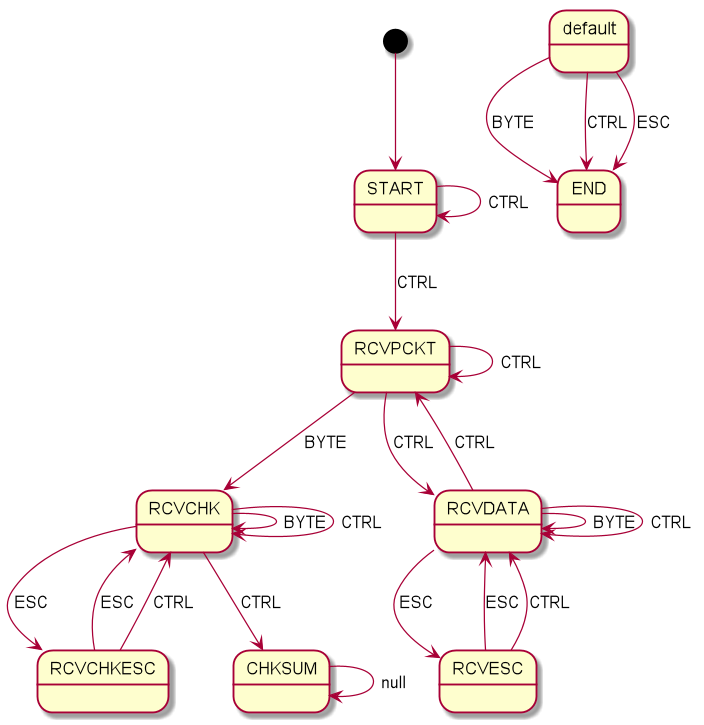
Earlier version of the PlantUML export packet_reader.png (open-jumpco/kfsm-viz).
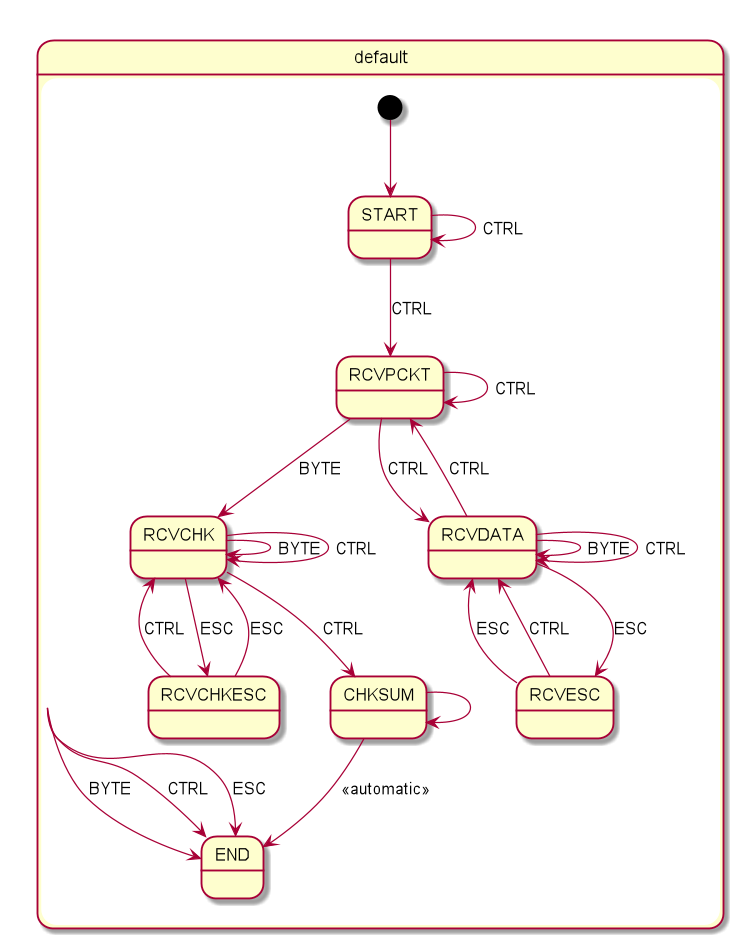
After the change.

What changed in the source:
```diff
@@ -1,24 +1,27 @@
 @startuml
-[*] --> START
-START --> START : CTRL
-RCVPCKT --> RCVPCKT : CTRL
-RCVPCKT --> RCVCHK : BYTE
-RCVDATA --> RCVDATA : BYTE
-RCVDATA --> RCVDATA : CTRL
-RCVDATA --> RCVESC : ESC
-RCVESC --> RCVDATA : ESC
-RCVESC --> RCVDATA : CTRL
-RCVCHK --> RCVCHK : BYTE
-RCVCHK --> RCVCHKESC : ESC
-RCVCHK --> RCVCHK : CTRL
-RCVCHKESC --> RCVCHK : ESC
-RCVCHKESC --> RCVCHK : CTRL
-START --> RCVPCKT : CTRL
-RCVPCKT --> RCVDATA : CTRL
-RCVDATA --> RCVPCKT : CTRL
-RCVCHK --> CHKSUM : CTRL
-default --> END : BYTE
-default --> END : CTRL
-default --> END : ESC
-CHKSUM --> CHKSUM : null
+state default {
+  [*] --> START
+  START --> START : CTRL
+  RCVPCKT --> RCVPCKT : CTRL
+  RCVPCKT --> RCVCHK : BYTE
+  RCVDATA --> RCVDATA : BYTE
+  RCVDATA --> RCVDATA : CTRL
+  RCVDATA --> RCVESC : ESC
+  RCVESC --> RCVDATA : ESC
+  RCVESC --> RCVDATA : CTRL
+  RCVCHK --> RCVCHK : BYTE
+  RCVCHK --> RCVCHKESC : ESC
+  RCVCHK --> RCVCHK : CTRL
+  RCVCHKESC --> RCVCHK : ESC
+  RCVCHKESC --> RCVCHK : CTRL
+  START --> RCVPCKT : CTRL
+  RCVPCKT --> RCVDATA : CTRL
+  RCVDATA --> RCVPCKT : CTRL
+  RCVCHK --> CHKSUM : CTRL
+  default --> END : BYTE
+  default --> END : CTRL
+  default --> END : ESC
+  CHKSUM --> CHKSUM
+  CHKSUM --> END : <<automatic>>
+}
 @enduml
```
